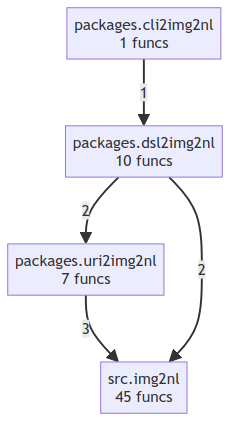
The Mermaid diagram project/compact_flow.png in wronai/img2nl, before a commit. Its source is kept beside it as project/compact_flow.mmd.
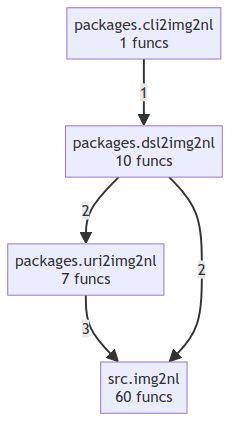
Above is the later version.

Change to the diagram source:
```diff
@@ -2,7 +2,7 @@
     packages__cli2img2nl["packages.cli2img2nl<br/>1 funcs"]
     packages__dsl2img2nl["packages.dsl2img2nl<br/>10 funcs"]
     packages__uri2img2nl["packages.uri2img2nl<br/>7 funcs"]
-    src__img2nl["src.img2nl<br/>45 funcs"]
+    src__img2nl["src.img2nl<br/>60 funcs"]
     packages__uri2img2nl -->|3| src__img2nl
     packages__dsl2img2nl -->|2| src__img2nl
     packages__dsl2img2nl -->|2| packages__uri2img2nl
```
